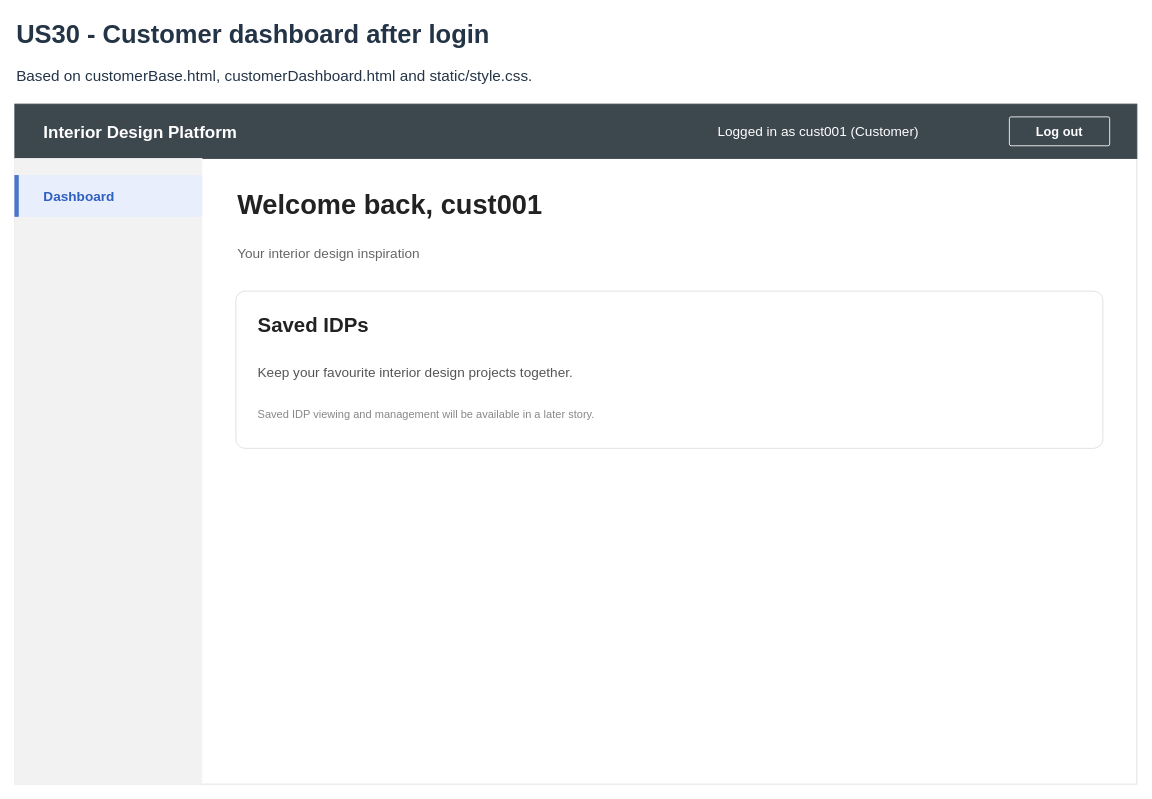
This is page "4b Wireframe - Customer dashboard" (6 of 7) of Sprint_3/US30 - Customer Log In/US30 Customer log in.drawio from Hanzxc/CSIT314-ARCHSS, a draw.io file, before an edit. Source tidied: cells renumbered, new cells numbered last; positions are measured from the earlier drawing's top-left corner, leaving out a move shared by most shapes. Both pictures are drawn from the tidied source at 85%, with x=0, y=0 at pixel (14, 14).
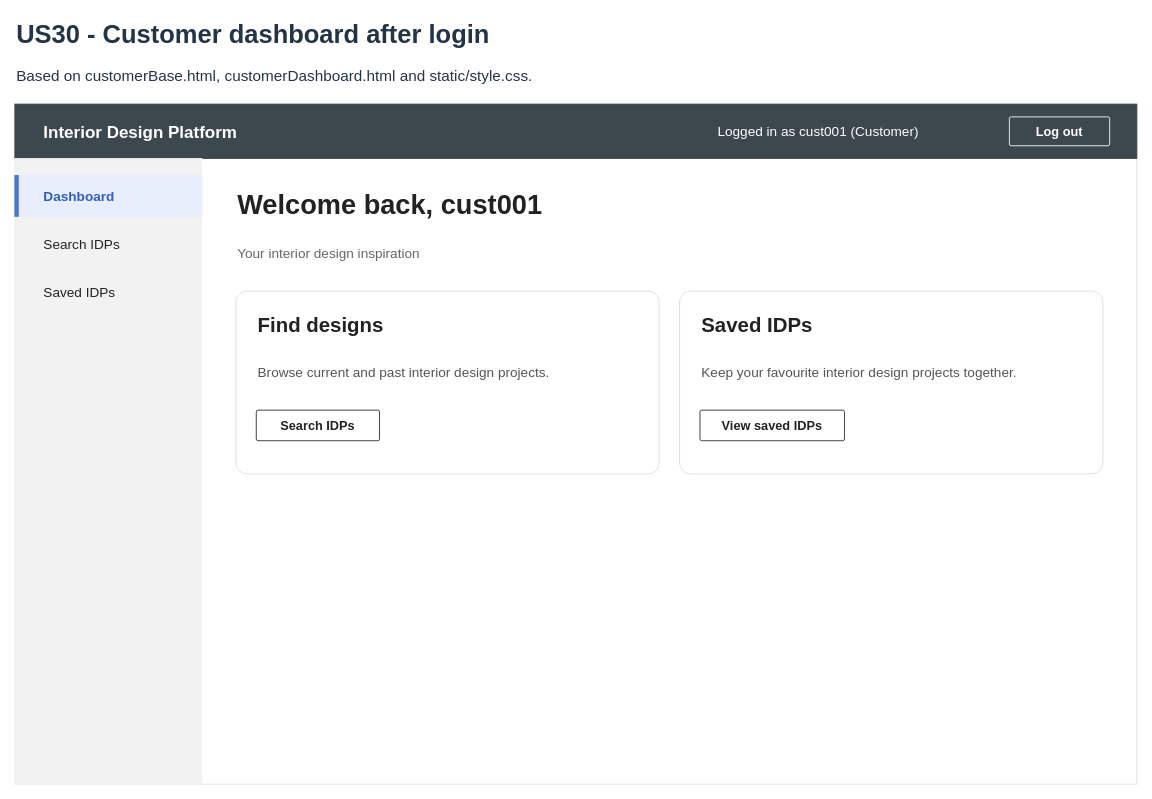
After the change.

Change to the diagram source:
```diff
@@
-    <mxCell id="14" value="Welcome back, cust001" style="text;html=0;align=left;verticalAlign=middle;whiteSpace=wrap;fontSize=32;fontStyle=1;fontColor=#222;" parent="1" vertex="1">
-      <mxGeometry x="260" y="201" width="1000" height="45" as="geometry" />
+    <mxCell id="14" value="Search IDPs" style="text;html=0;align=left;verticalAlign=middle;whiteSpace=wrap;fontSize=16;fontStyle=0;fontColor=#222;" parent="1" vertex="1">
+      <mxGeometry x="32" y="255" width="175" height="29" as="geometry" />
     </mxCell>
-    <mxCell id="15" value="Your interior design inspiration" style="text;html=0;align=left;verticalAlign=middle;whiteSpace=wrap;fontSize=16;fontStyle=0;fontColor=#666;" parent="1" vertex="1">
-      <mxGeometry x="260" y="265" width="1000" height="30" as="geometry" />
+    <mxCell id="15" value="Saved IDPs" style="text;html=0;align=left;verticalAlign=middle;whiteSpace=wrap;fontSize=16;fontStyle=0;fontColor=#222;" parent="1" vertex="1">
+      <mxGeometry x="32" y="311" width="175" height="29" as="geometry" />
     </mxCell>
-    <mxCell id="16" style="rounded=1;arcSize=6;html=0;fillColor=#fff;strokeColor=#ddd;" parent="1" vertex="1">
-      <mxGeometry x="260" y="325" width="1020" height="185" as="geometry" />
+    <mxCell id="16" value="Welcome back, cust001" style="text;html=0;align=left;verticalAlign=middle;whiteSpace=wrap;fontSize=32;fontStyle=1;fontColor=#222;" parent="1" vertex="1">
+      <mxGeometry x="260" y="201" width="1000" height="45" as="geometry" />
     </mxCell>
-    <mxCell id="17" value="Saved IDPs" style="text;html=0;align=left;verticalAlign=middle;whiteSpace=wrap;fontSize=24;fontStyle=1;fontColor=#222;" parent="1" vertex="1">
-      <mxGeometry x="284" y="346" width="972" height="40" as="geometry" />
+    <mxCell id="17" value="Your interior design inspiration" style="text;html=0;align=left;verticalAlign=middle;whiteSpace=wrap;fontSize=16;fontStyle=0;fontColor=#666;" parent="1" vertex="1">
+      <mxGeometry x="260" y="265" width="1000" height="30" as="geometry" />
     </mxCell>
-    <mxCell id="18" value="Keep your favourite interior design projects together." style="text;html=0;align=left;verticalAlign=middle;whiteSpace=wrap;fontSize=16;fontStyle=0;fontColor=#555;" parent="1" vertex="1">
-      <mxGeometry x="284" y="406" width="972" height="30" as="geometry" />
+    <mxCell id="18" style="rounded=1;arcSize=6;html=0;fillColor=#fff;strokeColor=#ddd;" parent="1" vertex="1">
+      <mxGeometry x="260" y="325" width="498" height="215" as="geometry" />
     </mxCell>
-    <mxCell id="19" value="Saved IDP viewing and management will be available in a later story." style="text;html=0;align=left;verticalAlign=middle;whiteSpace=wrap;fontSize=13;fontStyle=0;fontColor=#888;" parent="1" vertex="1">
-      <mxGeometry x="284" y="456" width="972" height="28" as="geometry" />
+    <mxCell id="19" value="Find designs" style="text;html=0;align=left;verticalAlign=middle;whiteSpace=wrap;fontSize=24;fontStyle=1;fontColor=#222;" parent="1" vertex="1">
+      <mxGeometry x="284" y="346" width="450" height="40" as="geometry" />
     </mxCell>
+    <mxCell id="20" value="Browse current and past interior design projects." style="text;html=0;align=left;verticalAlign=middle;whiteSpace=wrap;fontSize=16;fontStyle=0;fontColor=#555;" parent="1" vertex="1">
+      <mxGeometry x="284" y="406" width="450" height="30" as="geometry" />
+    </mxCell>
+    <mxCell id="21" style="rounded=1;arcSize=6;html=0;fillColor=#fff;strokeColor=#222;" parent="1" vertex="1">
+      <mxGeometry x="284" y="465" width="145" height="36" as="geometry" />
+    </mxCell>
+    <mxCell id="22" value="Search IDPs" style="text;html=0;align=center;verticalAlign=middle;whiteSpace=wrap;fontSize=15;fontStyle=1;fontColor=#222;" parent="1" vertex="1">
+      <mxGeometry x="290" y="468" width="133" height="30" as="geometry" />
+    </mxCell>
+    <mxCell id="23" style="rounded=1;arcSize=6;html=0;fillColor=#fff;strokeColor=#ddd;" parent="1" vertex="1">
+      <mxGeometry x="782" y="325" width="498" height="215" as="geometry" />
+    </mxCell>
+    <mxCell id="24" value="Saved IDPs" style="text;html=0;align=left;verticalAlign=middle;whiteSpace=wrap;fontSize=24;fontStyle=1;fontColor=#222;" parent="1" vertex="1">
+      <mxGeometry x="806" y="346" width="450" height="40" as="geometry" />
+    </mxCell>
+    <mxCell id="25" value="Keep your favourite interior design projects together." style="text;html=0;align=left;verticalAlign=middle;whiteSpace=wrap;fontSize=16;fontStyle=0;fontColor=#555;" parent="1" vertex="1">
+      <mxGeometry x="806" y="406" width="450" height="30" as="geometry" />
+    </mxCell>
+    <mxCell id="26" style="rounded=1;arcSize=6;html=0;fillColor=#fff;strokeColor=#222;" parent="1" vertex="1">
+      <mxGeometry x="806" y="465" width="170" height="36" as="geometry" />
+    </mxCell>
+    <mxCell id="27" value="View saved IDPs" style="text;html=0;align=center;verticalAlign=middle;whiteSpace=wrap;fontSize=15;fontStyle=1;fontColor=#222;" parent="1" vertex="1">
+      <mxGeometry x="812" y="468" width="158" height="30" as="geometry" />
+    </mxCell>
```
